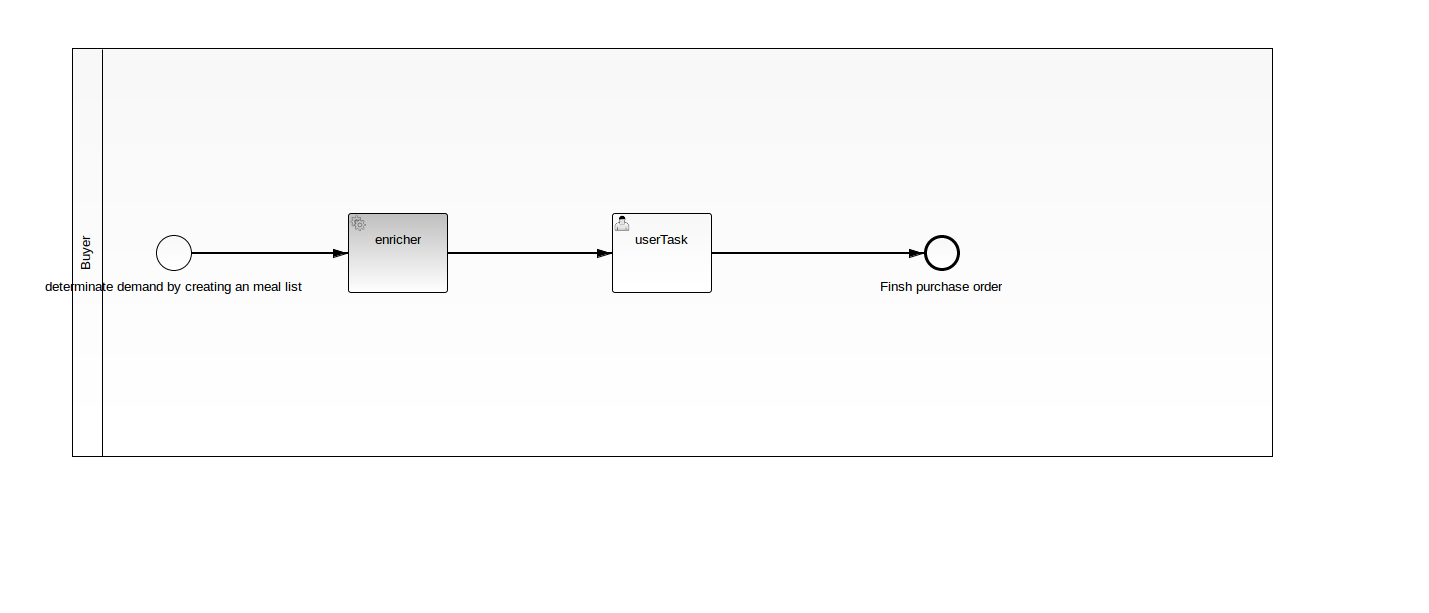
Earlier version of the BPMN export src/main/resources/purchaseOrder.png (electr0Nik/bpmn.comunda.tutorial). Its source is kept beside it as src/main/resources/purchaseOrder.bpmn. Ids are renumbered.
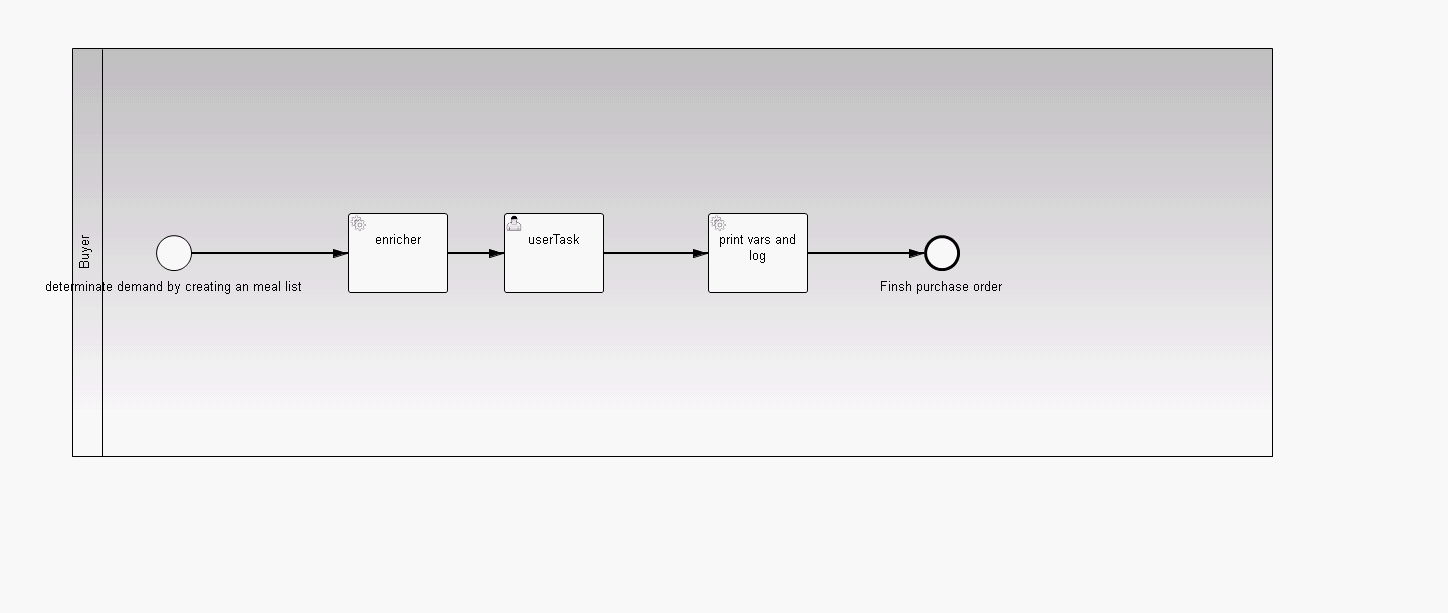
The same diagram one commit later.

The edit, as a diff of the source:
```diff
@@ -3,7 +3,7 @@
     <bpmn2:participant id="_Participant_6" name="Buyer" processRef="purchase-order"/>
   </bpmn2:collaboration>
   <bpmn2:process id="purchase-order" name="Purchase Order Process" isExecutable="true">
-    <bpmn2:startEvent id="StartEvent_1" camunda:formKey="embedded:app:forms/mealForm_main_request.html" name="determinate demand by creating an meal list">
+    <bpmn2:startEvent id="StartEvent_1" camunda:formKey="embedded:app:forms/startProcess.html" name="determinate demand by creating an meal list">
       <bpmn2:outgoing>SequenceFlow_1</bpmn2:outgoing>
     </bpmn2:startEvent>
     <bpmn2:serviceTask id="UserTask_1" camunda:class="com.github.electr0nik.camunda.purchaseorder.delegate.MealObjectEnricher" name="enricher">
@@ -12,14 +12,19 @@
     </bpmn2:serviceTask>
     <bpmn2:sequenceFlow id="SequenceFlow_1" name="" sourceRef="StartEvent_1" targetRef="UserTask_1"/>
     <bpmn2:endEvent id="EndEvent_1" name="Finsh purchase order">
-      <bpmn2:incoming>SequenceFlow_4</bpmn2:incoming>
+      <bpmn2:incoming>SequenceFlow_5</bpmn2:incoming>
     </bpmn2:endEvent>
     <bpmn2:userTask id="UserTask_2" camunda:assignee="john" camunda:formKey="embedded:app:forms/processForm.html" name="userTask">
       <bpmn2:incoming>SequenceFlow_2</bpmn2:incoming>
-      <bpmn2:outgoing>SequenceFlow_4</bpmn2:outgoing>
+      <bpmn2:outgoing>SequenceFlow_3</bpmn2:outgoing>
     </bpmn2:userTask>
     <bpmn2:sequenceFlow id="SequenceFlow_2" name="" sourceRef="UserTask_1" targetRef="UserTask_2"/>
-    <bpmn2:sequenceFlow id="SequenceFlow_4" name="" sourceRef="UserTask_2" targetRef="EndEvent_1"/>
+    <bpmn2:serviceTask id="ServiceTask_1" camunda:class="com.github.electr0nik.camunda.purchaseorder.delegate.PurchaseOrderJavaDelegate" name="print vars and log">
+      <bpmn2:incoming>SequenceFlow_3</bpmn2:incoming>
+      <bpmn2:outgoing>SequenceFlow_5</bpmn2:outgoing>
+    </bpmn2:serviceTask>
+    <bpmn2:sequenceFlow id="SequenceFlow_3" name="" sourceRef="UserTask_2" targetRef="ServiceTask_1"/>
+    <bpmn2:sequenceFlow id="SequenceFlow_5" name="" sourceRef="ServiceTask_1" targetRef="EndEvent_1"/>
   </bpmn2:process>
   <bpmndi:BPMNDiagram id="BPMNDiagram_1">
     <bpmndi:BPMNPlane id="BPMNPlane_1" bpmnElement="_Collaboration_6">
@@ -50,21 +55,28 @@
         </bpmndi:BPMNLabel>
       </bpmndi:BPMNShape>
       <bpmndi:BPMNShape id="_BPMNShape_UserTask_3" bpmnElement="UserTask_2">
-        <dc:Bounds height="80.0" width="100.0" x="612.0" y="213.0"/>
+        <dc:Bounds height="80.0" width="100.0" x="504.0" y="213.0"/>
       </bpmndi:BPMNShape>
       <bpmndi:BPMNEdge id="BPMNEdge_SequenceFlow_2" bpmnElement="SequenceFlow_2" sourceElement="_BPMNShape_UserTask_7" targetElement="_BPMNShape_UserTask_3">
         <di:waypoint xsi:type="dc:Point" x="448.0" y="253.0"/>
-        <di:waypoint xsi:type="dc:Point" x="612.0" y="253.0"/>
+        <di:waypoint xsi:type="dc:Point" x="504.0" y="253.0"/>
         <bpmndi:BPMNLabel>
           <dc:Bounds height="6.0" width="6.0" x="470.0" y="253.0"/>
         </bpmndi:BPMNLabel>
       </bpmndi:BPMNEdge>
-      <bpmndi:BPMNEdge id="BPMNEdge_SequenceFlow_4" bpmnElement="SequenceFlow_4" sourceElement="_BPMNShape_UserTask_3" targetElement="_BPMNShape_EndEvent_6">
-        <di:waypoint xsi:type="dc:Point" x="712.0" y="253.0"/>
+      <bpmndi:BPMNShape id="_BPMNShape_ServiceTask_5" bpmnElement="ServiceTask_1">
+        <dc:Bounds height="80.0" width="100.0" x="708.0" y="213.0"/>
+      </bpmndi:BPMNShape>
+      <bpmndi:BPMNEdge id="BPMNEdge_SequenceFlow_3" bpmnElement="SequenceFlow_3" sourceElement="_BPMNShape_UserTask_3" targetElement="_BPMNShape_ServiceTask_5">
+        <di:waypoint xsi:type="dc:Point" x="604.0" y="253.0"/>
+        <di:waypoint xsi:type="dc:Point" x="708.0" y="253.0"/>
+        <bpmndi:BPMNLabel>
+          <dc:Bounds height="6.0" width="6.0" x="626.0" y="253.0"/>
+        </bpmndi:BPMNLabel>
+      </bpmndi:BPMNEdge>
+      <bpmndi:BPMNEdge id="BPMNEdge_SequenceFlow_5" bpmnElement="SequenceFlow_5" sourceElement="_BPMNShape_ServiceTask_5" targetElement="_BPMNShape_EndEvent_6">
+        <di:waypoint xsi:type="dc:Point" x="808.0" y="253.0"/>
         <di:waypoint xsi:type="dc:Point" x="924.0" y="253.0"/>
-        <bpmndi:BPMNLabel>
-          <dc:Bounds height="6.0" width="6.0" x="845.0" y="253.0"/>
-        </bpmndi:BPMNLabel>
       </bpmndi:BPMNEdge>
     </bpmndi:BPMNPlane>
   </bpmndi:BPMNDiagram>
```
